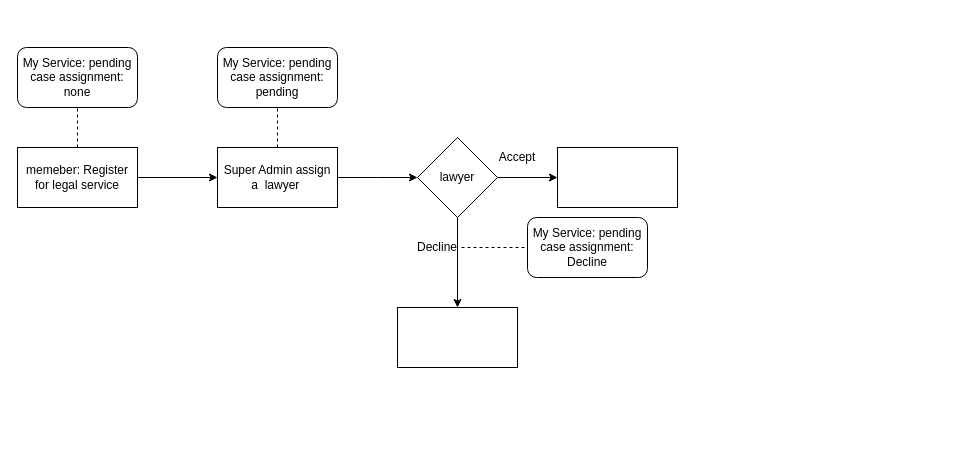
Above: static/Untitled Diagram.drawio in Hridoy1996/my-first-blog (draw.io), before the change. Source tidied: cells renumbered, new cells numbered last; positions are measured from the earlier drawing's top-left corner, leaving out a move shared by most shapes. Both pictures are drawn from the tidied source at 100%, with x=0, y=0 at pixel (17, 47).
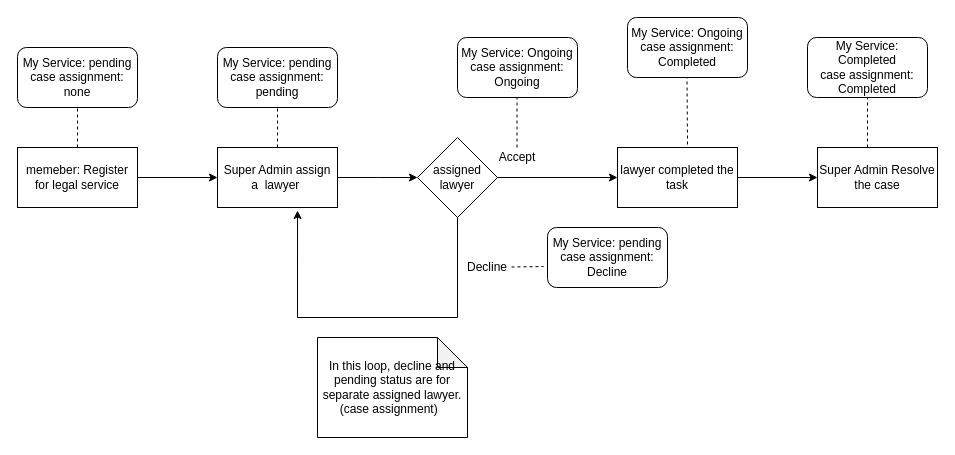
The same page after the edit.

The change refers to these unchanged cells:
```xml
<mxCell id="6" value="Super Admin assign a&amp;nbsp; lawyer&amp;nbsp;" style="whiteSpace=wrap;html=1;rounded=0;" parent="1" vertex="1">
  <mxGeometry x="200" y="100" width="120" height="60" as="geometry" />
</mxCell>
```

The edit, as a diff of the source:
```diff
@@
-    <mxCell id="11" style="edgeStyle=orthogonalEdgeStyle;rounded=0;jettySize=auto;html=1;" parent="1" edge="1" source="12" target="14">
-      <mxGeometry relative="1" as="geometry" />
+    <mxCell id="11" style="edgeStyle=orthogonalEdgeStyle;rounded=0;jettySize=auto;html=1;entryX=0.667;entryY=1.05;entryDx=0;entryDy=0;entryPerimeter=0;" parent="1" edge="1" source="12" target="6">
+      <mxGeometry relative="1" as="geometry">
+        <Array as="points">
+          <mxPoint x="440" y="270" />
+          <mxPoint x="280" y="270" />
+        </Array>
+      </mxGeometry>
     </mxCell>
-    <mxCell id="12" value="lawyer" style="rhombus;whiteSpace=wrap;html=1;" parent="1" vertex="1">
+    <mxCell id="12" value="assigned&lt;br&gt;lawyer" style="rhombus;whiteSpace=wrap;html=1;" parent="1" vertex="1">
       <mxGeometry x="400" y="90" width="80" height="80" as="geometry" />
     </mxCell>
+    <mxCell id="19" style="edgeStyle=orthogonalEdgeStyle;rounded=0;jettySize=auto;html=1;" parent="1" edge="1" source="13" target="25">
+      <mxGeometry relative="1" as="geometry" />
+    </mxCell>
-    <mxCell id="13" style="whiteSpace=wrap;html=1;" parent="1" vertex="1">
-      <mxGeometry x="540" y="100" width="120" height="60" as="geometry" />
+    <mxCell id="13" value="lawyer completed the task" style="whiteSpace=wrap;html=1;" parent="1" vertex="1">
+      <mxGeometry x="600" y="100" width="120" height="60" as="geometry" />
     </mxCell>
-    <mxCell id="14" style="whiteSpace=wrap;html=1;" parent="1" vertex="1">
-      <mxGeometry x="380" y="260" width="120" height="60" as="geometry" />
-    </mxCell>
@@
+    <mxCell id="18" value="My Service: pending&lt;br&gt;case assignment: Decline" style="rounded=1;whiteSpace=wrap;html=1;" parent="1" vertex="1">
+      <mxGeometry x="530" y="180" width="120" height="60" as="geometry" />
+    </mxCell>
+    <mxCell id="20" value="My Service: Ongoing&lt;br&gt;case assignment: Ongoing" style="rounded=1;whiteSpace=wrap;html=1;" parent="1" vertex="1">
+      <mxGeometry x="440" y="-10" width="120" height="60" as="geometry" />
+    </mxCell>
+    <mxCell id="21" style="endArrow=none;dashed=1;html=1;exitX=0.5;exitY=0;exitDx=0;exitDy=0;" parent="1" edge="1">
+      <mxGeometry relative="1" as="geometry">
+        <mxPoint x="499.5" y="100" as="sourcePoint" />
+        <mxPoint x="499.5" y="50" as="targetPoint" />
+      </mxGeometry>
+    </mxCell>
     <mxCell id="16" value="Decline" style="text;html=1;strokeColor=none;fillColor=none;align=center;verticalAlign=middle;whiteSpace=wrap;rounded=0;" parent="1" vertex="1">
-      <mxGeometry x="400" y="190" width="40" height="20" as="geometry" />
+      <mxGeometry x="450" y="210" width="40" height="20" as="geometry" />
     </mxCell>
-    <mxCell id="17" style="endArrow=none;dashed=1;html=1;" parent="1" edge="1">
-      <mxGeometry relative="1" as="geometry">
-        <mxPoint x="444" y="200" as="sourcePoint" />
-        <mxPoint x="514" y="200" as="targetPoint" />
-      </mxGeometry>
-    </mxCell>
-    <mxCell id="18" value="My Service: pending&lt;br&gt;case assignment: Decline" style="rounded=1;whiteSpace=wrap;html=1;" parent="1" vertex="1">
-      <mxGeometry x="510" y="170" width="120" height="60" as="geometry" />
-    </mxCell>
+    <mxCell id="22" style="endArrow=none;dashed=1;html=1;entryX=-0.033;entryY=0.65;entryDx=0;entryDy=0;entryPerimeter=0;" parent="1" edge="1" target="18">
+      <mxGeometry relative="1" as="geometry">
+        <mxPoint x="494" y="219.5" as="sourcePoint" />
+      </mxGeometry>
+    </mxCell>
+    <mxCell id="23" value="My Service: Ongoing&lt;br&gt;case assignment: Completed" style="rounded=1;whiteSpace=wrap;html=1;" parent="1" vertex="1">
+      <mxGeometry x="610" y="-30" width="120" height="60" as="geometry" />
+    </mxCell>
+    <mxCell id="24" style="endArrow=none;dashed=1;html=1;" parent="1" edge="1">
+      <mxGeometry relative="1" as="geometry">
+        <mxPoint x="670" y="97" as="sourcePoint" />
+        <mxPoint x="669.5" y="30" as="targetPoint" />
+      </mxGeometry>
+    </mxCell>
+    <mxCell id="25" value="Super Admin Resolve the case" style="whiteSpace=wrap;html=1;" parent="1" vertex="1">
+      <mxGeometry x="800" y="100" width="120" height="60" as="geometry" />
+    </mxCell>
+    <mxCell id="26" style="endArrow=none;dashed=1;html=1;exitX=0.5;exitY=0;exitDx=0;exitDy=0;" parent="1" edge="1">
+      <mxGeometry relative="1" as="geometry">
+        <mxPoint x="850" y="100" as="sourcePoint" />
+        <mxPoint x="850" y="50" as="targetPoint" />
+      </mxGeometry>
+    </mxCell>
+    <mxCell id="27" value="My Service: Completed&lt;br&gt;case assignment: Completed" style="rounded=1;whiteSpace=wrap;html=1;" parent="1" vertex="1">
+      <mxGeometry x="790" y="-10" width="120" height="60" as="geometry" />
+    </mxCell>
+    <mxCell id="28" value="In this loop, decline and pending status are for separate assigned lawyer. (case assignment)&amp;nbsp;&amp;nbsp;" style="shape=note;whiteSpace=wrap;html=1;backgroundOutline=1;darkOpacity=0.05;" parent="1" vertex="1">
+      <mxGeometry x="300" y="290" width="150" height="100" as="geometry" />
+    </mxCell>
```
